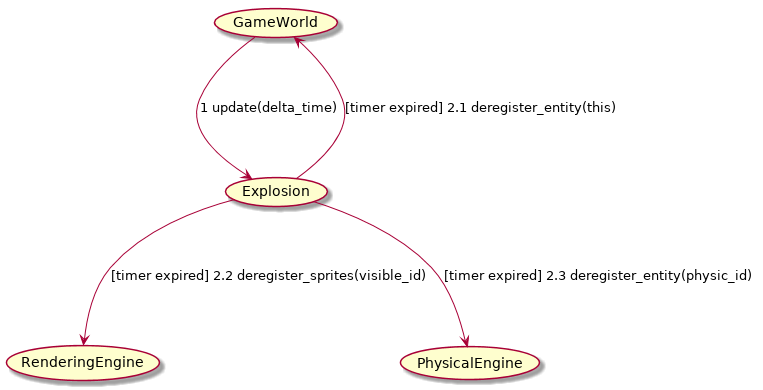
Before: docs/img/Communication_UC_2_3.png, a diagram exported from PlantUML (NadzwyczajnaGrupaRobocza/bomberman).
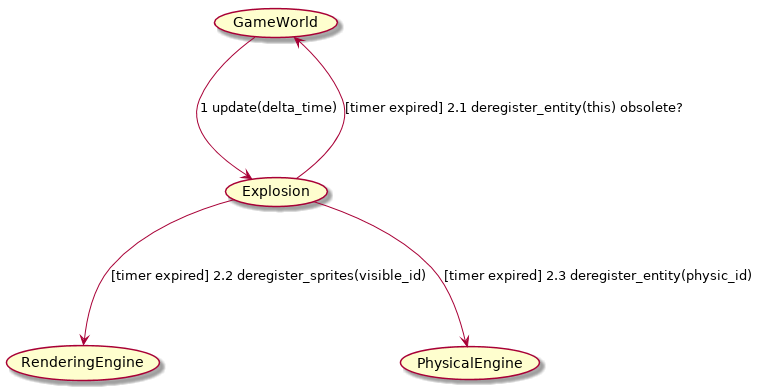
After the change.

Diff of the diagram source:
```diff
@@ -6,7 +6,7 @@
 (PhysicalEngine) as (PE)
 
 (GW) ---> (E) : 1 update(delta_time)
-(E) ---> (GW) : [timer expired] 2.1 deregister_entity(this)
+(E) ---> (GW) : [timer expired] 2.1 deregister_entity(this) obsolete?
 (E) ---> (RE) : [timer expired] 2.2 deregister_sprites(visible_id)
 (E) ---> (PE) : [timer expired] 2.3 deregister_entity(physic_id)
 
```
